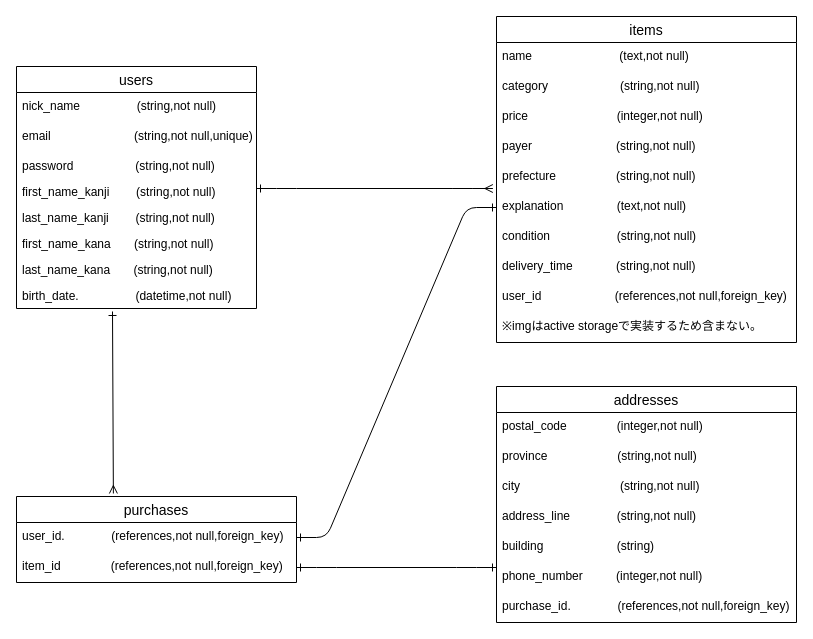
Above: furima.dio in ct-smith/furima-37745 (draw.io), before the change. Source tidied: cells renumbered, new cells numbered last; positions are measured from the earlier drawing's top-left corner, leaving out a move shared by most shapes. Both pictures are drawn from the tidied source at 100%, with x=0, y=0 at pixel (16, 16).
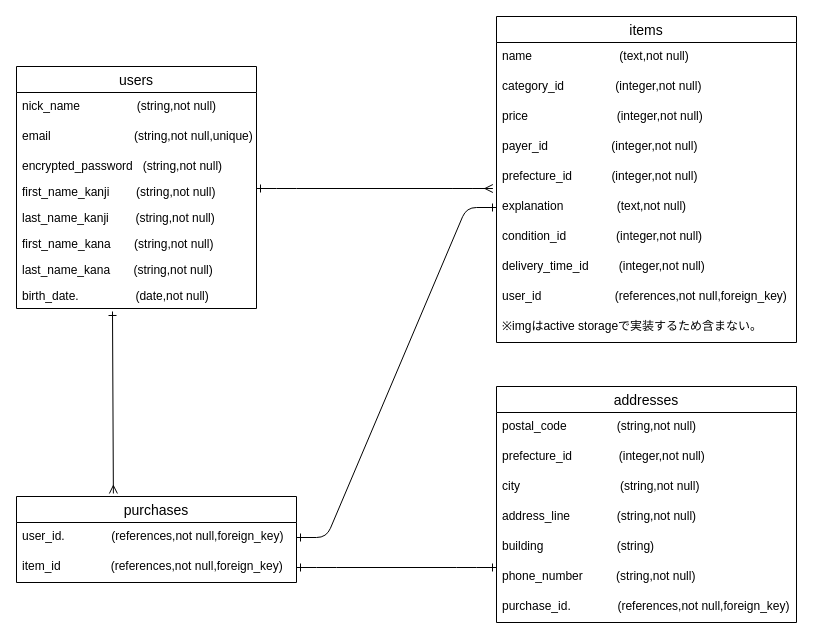
The same page after the edit.

Commit message (it also covers changes not shown here):
ER図とREADME(second commit)

The change refers to these unchanged cells:
```xml
<mxCell id="2" value="users" style="swimlane;fontStyle=0;horizontal=1;startSize=26;align=center;fontSize=14;" parent="1" vertex="1">
  <mxGeometry y="50" width="240" height="242" as="geometry" />
</mxCell>
<mxCell id="14" value="items" style="swimlane;fontStyle=0;horizontal=1;startSize=26;align=center;fontSize=14;" parent="1" vertex="1">
  <mxGeometry x="480" width="300" height="326" as="geometry" />
</mxCell>
<mxCell id="25" value="addresses" style="swimlane;fontStyle=0;horizontal=1;startSize=26;align=center;fontSize=14;" parent="1" vertex="1">
  <mxGeometry x="480" y="370" width="300" height="236" as="geometry" />
</mxCell>
```

What changed in the source:
```diff
@@
-    <mxCell id="5" value="password　               (string,not null)" style="text;strokeColor=none;fillColor=none;spacingLeft=4;spacingRight=4;overflow=hidden;fontSize=12;" parent="2" vertex="1">
+    <mxCell id="5" value="encrypted_password   (string,not null)" style="text;strokeColor=none;fillColor=none;spacingLeft=4;spacingRight=4;overflow=hidden;fontSize=12;" parent="2" vertex="1">
       <mxGeometry y="86" width="240" height="26" as="geometry" />
     </mxCell>
@@
-    <mxCell id="10" value="birth_date.                 (datetime,not null)" style="text;strokeColor=none;fillColor=none;spacingLeft=4;spacingRight=4;overflow=hidden;points=[[0,0.5],[1,0.5]];portConstraint=eastwest;fontSize=12;" parent="2" vertex="1">
+    <mxCell id="10" value="birth_date.                 (date,not null)" style="text;strokeColor=none;fillColor=none;spacingLeft=4;spacingRight=4;overflow=hidden;points=[[0,0.5],[1,0.5]];portConstraint=eastwest;fontSize=12;" parent="2" vertex="1">
       <mxGeometry y="216" width="240" height="26" as="geometry" />
     </mxCell>
@@
-    <mxCell id="16" value="category　　　　　　(string,not null)" style="text;strokeColor=none;fillColor=none;spacingLeft=4;spacingRight=4;overflow=hidden;fontSize=12;" parent="14" vertex="1">
+    <mxCell id="16" value="category_id　　　 　(integer,not null)" style="text;strokeColor=none;fillColor=none;spacingLeft=4;spacingRight=4;overflow=hidden;fontSize=12;" parent="14" vertex="1">
       <mxGeometry y="56" width="300" height="30" as="geometry" />
     </mxCell>
@@
-    <mxCell id="18" value="payer　　　　　　　(string,not null)" style="text;strokeColor=none;fillColor=none;spacingLeft=4;spacingRight=4;overflow=hidden;fontSize=12;" parent="14" vertex="1">
+    <mxCell id="18" value="payer_id　　　　　 (integer,not null)" style="text;strokeColor=none;fillColor=none;spacingLeft=4;spacingRight=4;overflow=hidden;fontSize=12;" parent="14" vertex="1">
       <mxGeometry y="116" width="300" height="30" as="geometry" />
     </mxCell>
-    <mxCell id="19" value="prefecture　　　　　(string,not null)" style="text;strokeColor=none;fillColor=none;spacingLeft=4;spacingRight=4;overflow=hidden;fontSize=12;" parent="14" vertex="1">
+    <mxCell id="19" value="prefecture_id　　　 (integer,not null)" style="text;strokeColor=none;fillColor=none;spacingLeft=4;spacingRight=4;overflow=hidden;fontSize=12;" parent="14" vertex="1">
       <mxGeometry y="146" width="300" height="30" as="geometry" />
     </mxCell>
@@
-    <mxCell id="21" value="condition                    (string,not null)" style="text;strokeColor=none;fillColor=none;spacingLeft=4;spacingRight=4;overflow=hidden;fontSize=12;" parent="14" vertex="1">
+    <mxCell id="21" value="condition_id               (integer,not null)" style="text;strokeColor=none;fillColor=none;spacingLeft=4;spacingRight=4;overflow=hidden;fontSize=12;" parent="14" vertex="1">
       <mxGeometry y="206" width="300" height="30" as="geometry" />
     </mxCell>
-    <mxCell id="22" value="delivery_time             (string,not null)" style="text;strokeColor=none;fillColor=none;spacingLeft=4;spacingRight=4;overflow=hidden;fontSize=12;" parent="14" vertex="1">
+    <mxCell id="22" value="delivery_time_id         (integer,not null)" style="text;strokeColor=none;fillColor=none;spacingLeft=4;spacingRight=4;overflow=hidden;fontSize=12;" parent="14" vertex="1">
       <mxGeometry y="236" width="300" height="30" as="geometry" />
     </mxCell>
@@
-    <mxCell id="26" value="postal_code               (integer,not null)" style="text;strokeColor=none;fillColor=none;spacingLeft=4;spacingRight=4;overflow=hidden;fontSize=12;" parent="25" vertex="1">
+    <mxCell id="26" value="postal_code               (string,not null)" style="text;strokeColor=none;fillColor=none;spacingLeft=4;spacingRight=4;overflow=hidden;fontSize=12;" parent="25" vertex="1">
       <mxGeometry y="26" width="300" height="30" as="geometry" />
     </mxCell>
-    <mxCell id="27" value="province                     (string,not null)" style="text;strokeColor=none;fillColor=none;spacingLeft=4;spacingRight=4;overflow=hidden;fontSize=12;" parent="25" vertex="1">
+    <mxCell id="27" value="prefecture_id              (integer,not null)" style="text;strokeColor=none;fillColor=none;spacingLeft=4;spacingRight=4;overflow=hidden;fontSize=12;" parent="25" vertex="1">
       <mxGeometry y="56" width="300" height="30" as="geometry" />
     </mxCell>
@@
-    <mxCell id="31" value="phone_number          (integer,not null)" style="text;strokeColor=none;fillColor=none;spacingLeft=4;spacingRight=4;overflow=hidden;points=[[0,0.5],[1,0.5]];portConstraint=eastwest;fontSize=12;" parent="25" vertex="1">
+    <mxCell id="31" value="phone_number          (string,not null)" style="text;strokeColor=none;fillColor=none;spacingLeft=4;spacingRight=4;overflow=hidden;points=[[0,0.5],[1,0.5]];portConstraint=eastwest;fontSize=12;" parent="25" vertex="1">
       <mxGeometry y="176" width="300" height="30" as="geometry" />
     </mxCell>
```
